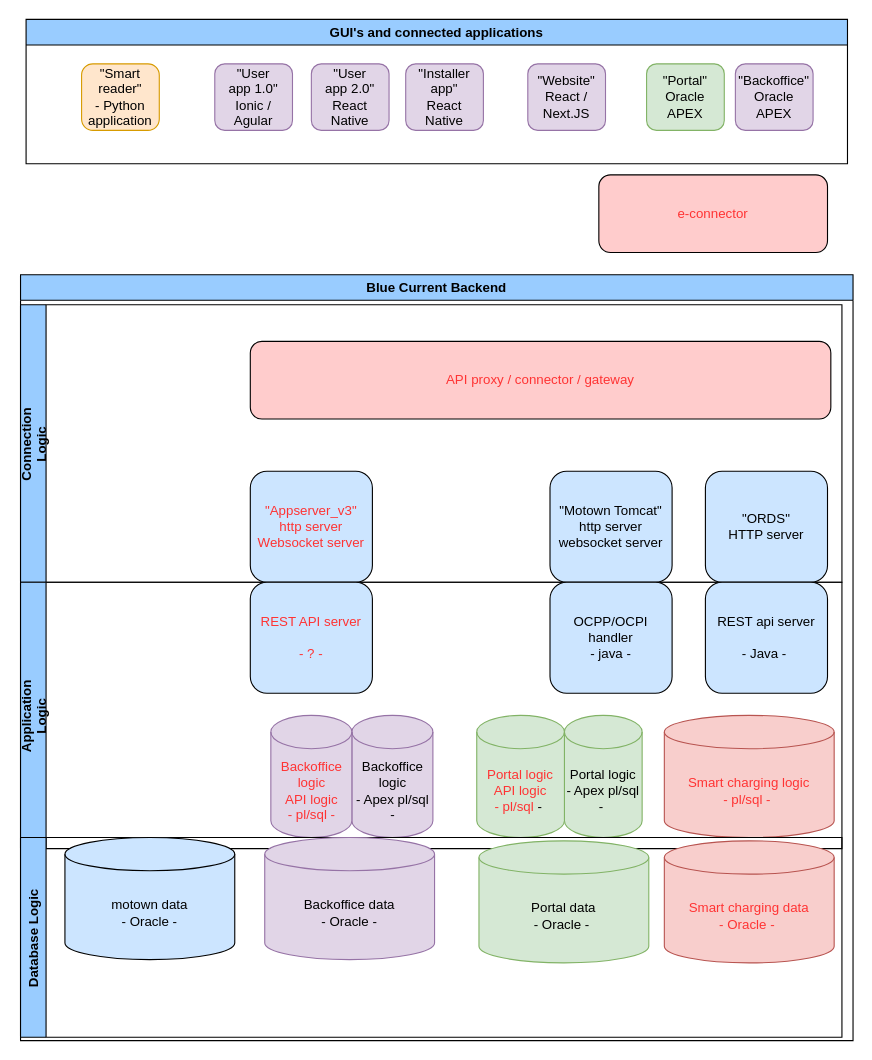
Earlier version of the draw.io diagram page "2022 Application components" (4 of 8) of architecture.drawio (Jeloeno/Cloud-Governance). Source tidied: cells renumbered, new cells numbered last; positions are measured from the earlier drawing's top-left corner, leaving out a move shared by most shapes. Both pictures are drawn from the tidied source at 111%, with x=0, y=0 at pixel (20, 19).
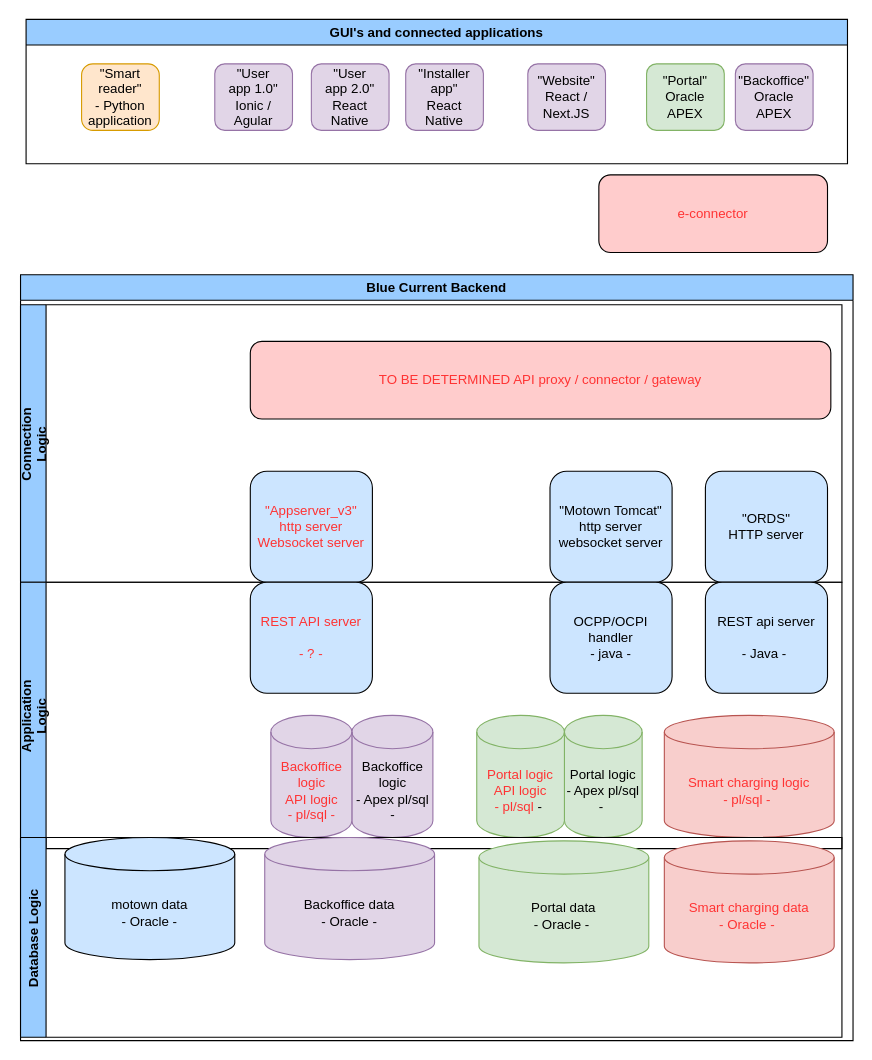
The same diagram, later.

Unchanged cells that the change refers to:
```xml
<mxCell id="11" value="Connection&#10;Logic" style="swimlane;horizontal=0;fillColor=#99CCFF;" parent="10" vertex="1">
  <mxGeometry y="27" width="740" height="250" as="geometry" />
</mxCell>
```

Diff of the diagram source:
```diff
@@
-    <mxCell id="15" value="API proxy / connector / gateway" style="rounded=1;whiteSpace=wrap;html=1;fontColor=#FF3333;fillColor=#FFCCCC;gradientColor=none;" parent="11" vertex="1">
+    <mxCell id="15" value="TO BE DETERMINED API proxy / connector / gateway" style="rounded=1;whiteSpace=wrap;html=1;fontColor=#FF3333;fillColor=#FFCCCC;gradientColor=none;" parent="11" vertex="1">
       <mxGeometry x="207" y="33" width="523" height="70" as="geometry" />
     </mxCell>
```
